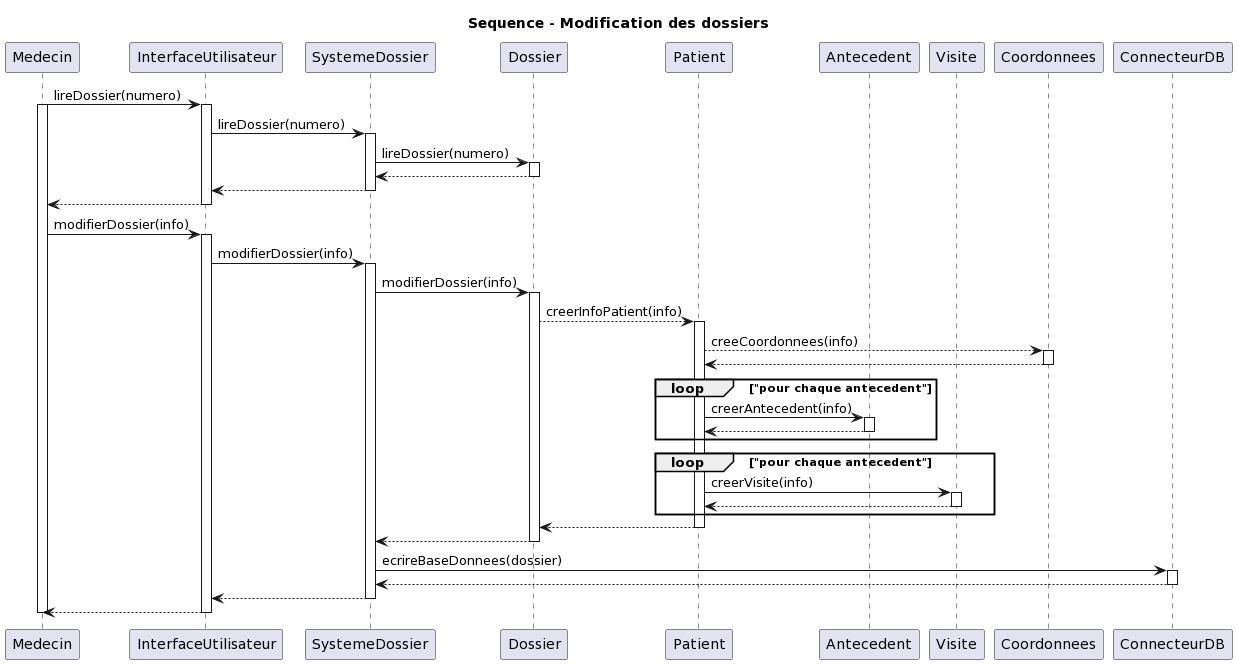
vbrayuqam/projet-genielog keeps this PlantUML diagram as diagrammes/SEQMOD.png. Above is the earlier version.
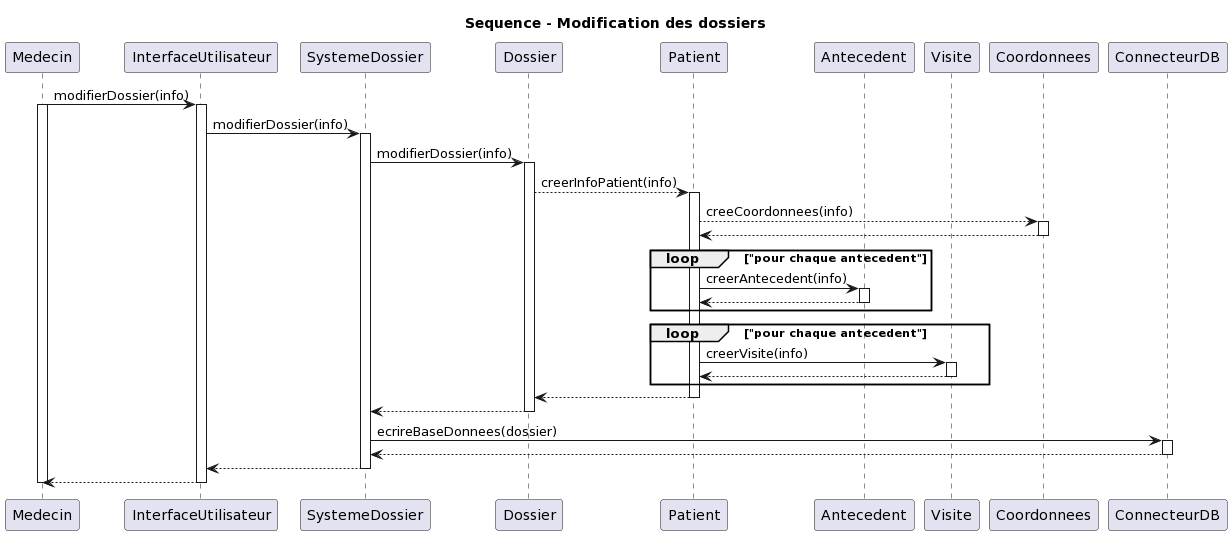
Above is the later version.

Commit message:
ok la pour de vrai, correctif seqmod

Diff of the diagram source:
```diff
@@ -12,20 +12,8 @@
 participant ConnecteurDB as DB
 
 
-M -> U: lireDossier(numero)
+M -> U: modifierDossier(info)
 activate M
-activate U
-U -> S: lireDossier(numero)
-activate S
-S -> D: lireDossier(numero)
-activate D
-D --> S
-deactivate D
-S --> U
-deactivate S
-U --> M
-deactivate U
-M -> U: modifierDossier(info)
 activate U
 U -> S: modifierDossier(info)
 activate S
```
